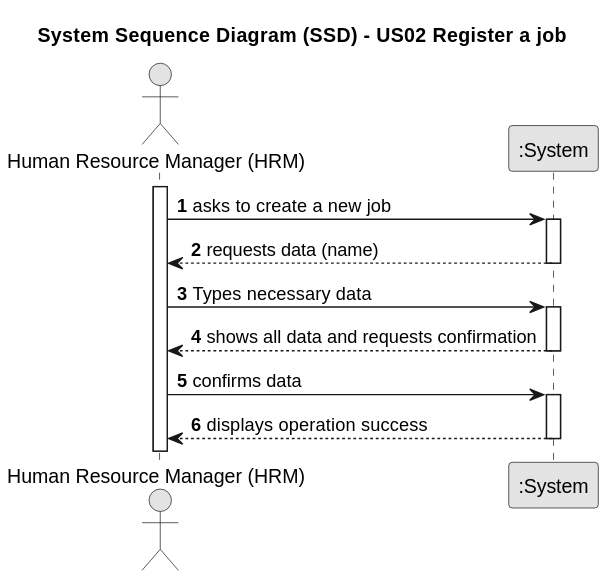
Before: docs/sprintA/us02/01.requirements-engineering/svg/us002-system-sequence-diagram.svg, a diagram exported from PlantUML (Departamento-de-Engenharia-Informatica/lei-24-s2-1db-g022). Source of this version:
```plantuml
@startuml
skinparam monochrome true
skinparam packageStyle rectangle
skinparam shadowing false

title System Sequence Diagram (SSD) - US02 Register a job

autonumber

actor "Human Resource Manager (HRM)" as HRM
participant ":System" as System
    activate HRM
    HRM -> System : asks to create a new job
    activate System

    System --> HRM : requests data (name)
    deactivate System

    HRM -> System : Types necessary data
    activate System

    System --> HRM : shows all data and requests confirmation
    deactivate System

    HRM -> System : confirms data
    activate System

    System --> HRM : displays operation success
    deactivate System
@enduml
```
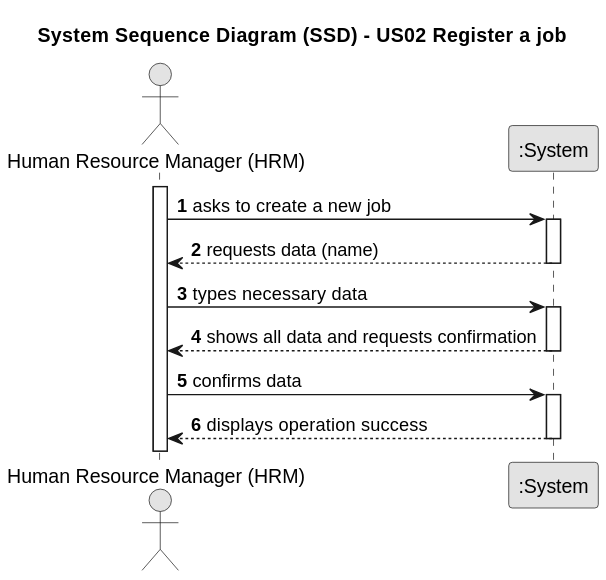
After the commit.

Diff of the diagram source:
```diff
@@ -16,7 +16,7 @@
     System --> HRM : requests data (name)
     deactivate System
 
-    HRM -> System : Types necessary data
+    HRM -> System : types necessary data
     activate System
 
     System --> HRM : shows all data and requests confirmation
```
